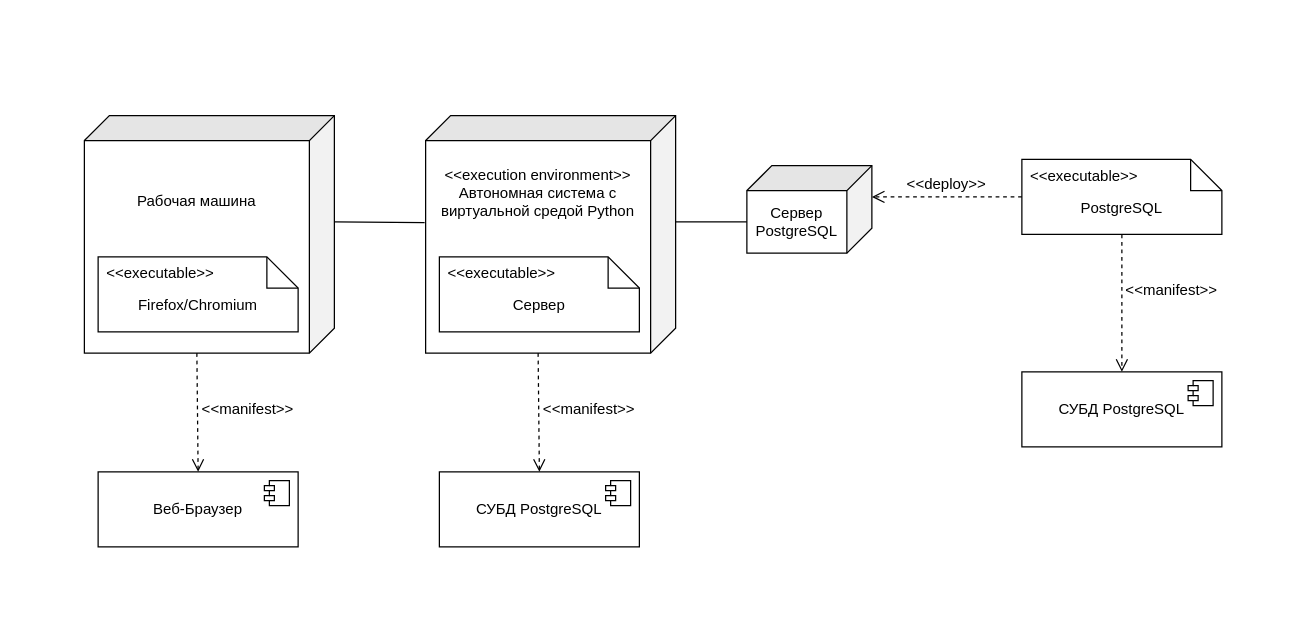
Above: docs/raw_diagrams/deployment_diagram.drawio in AS2/habrolink (draw.io), before the change. Source tidied: cells renumbered, new cells numbered last; positions are measured from the earlier drawing's top-left corner, leaving out a move shared by most shapes. Both pictures are drawn from the tidied source at 125%, with x=0, y=0 at pixel (84, 115).
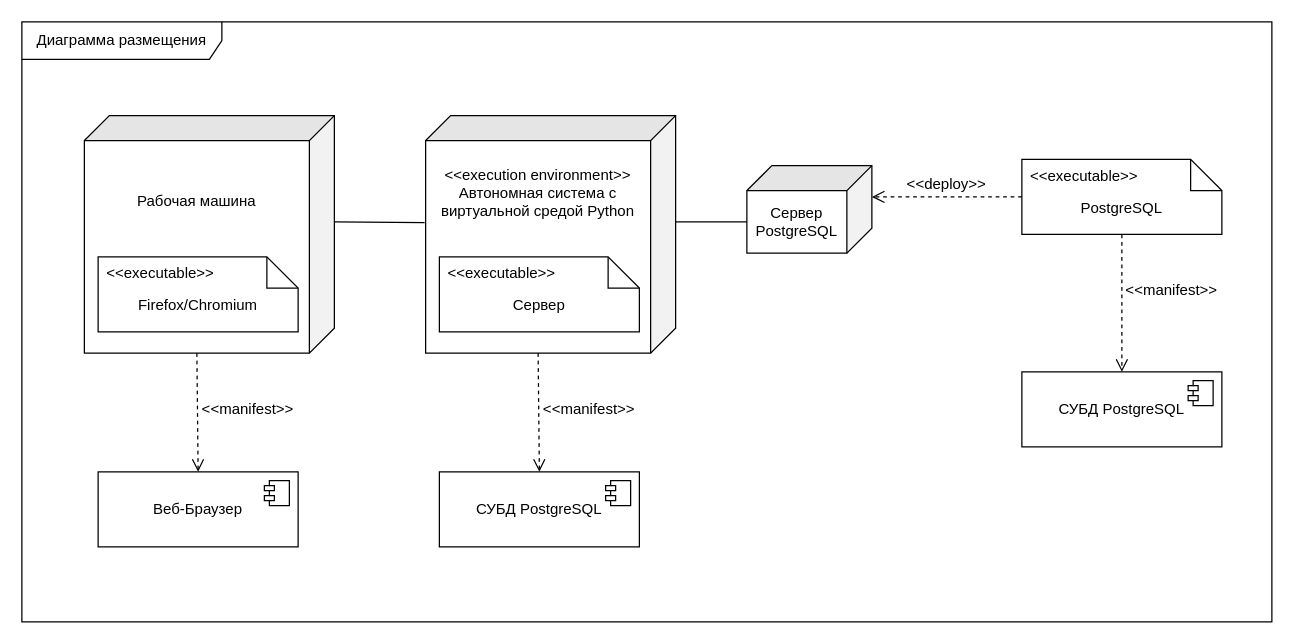
After the change.

What changed in the source:
```diff
@@
+    <mxCell id="27" value="Диаграмма размещения" style="shape=umlFrame;whiteSpace=wrap;html=1;width=160;" parent="1" vertex="1">
+      <mxGeometry x="-50" y="-75" width="1000" height="480" as="geometry" />
+    </mxCell>
```
